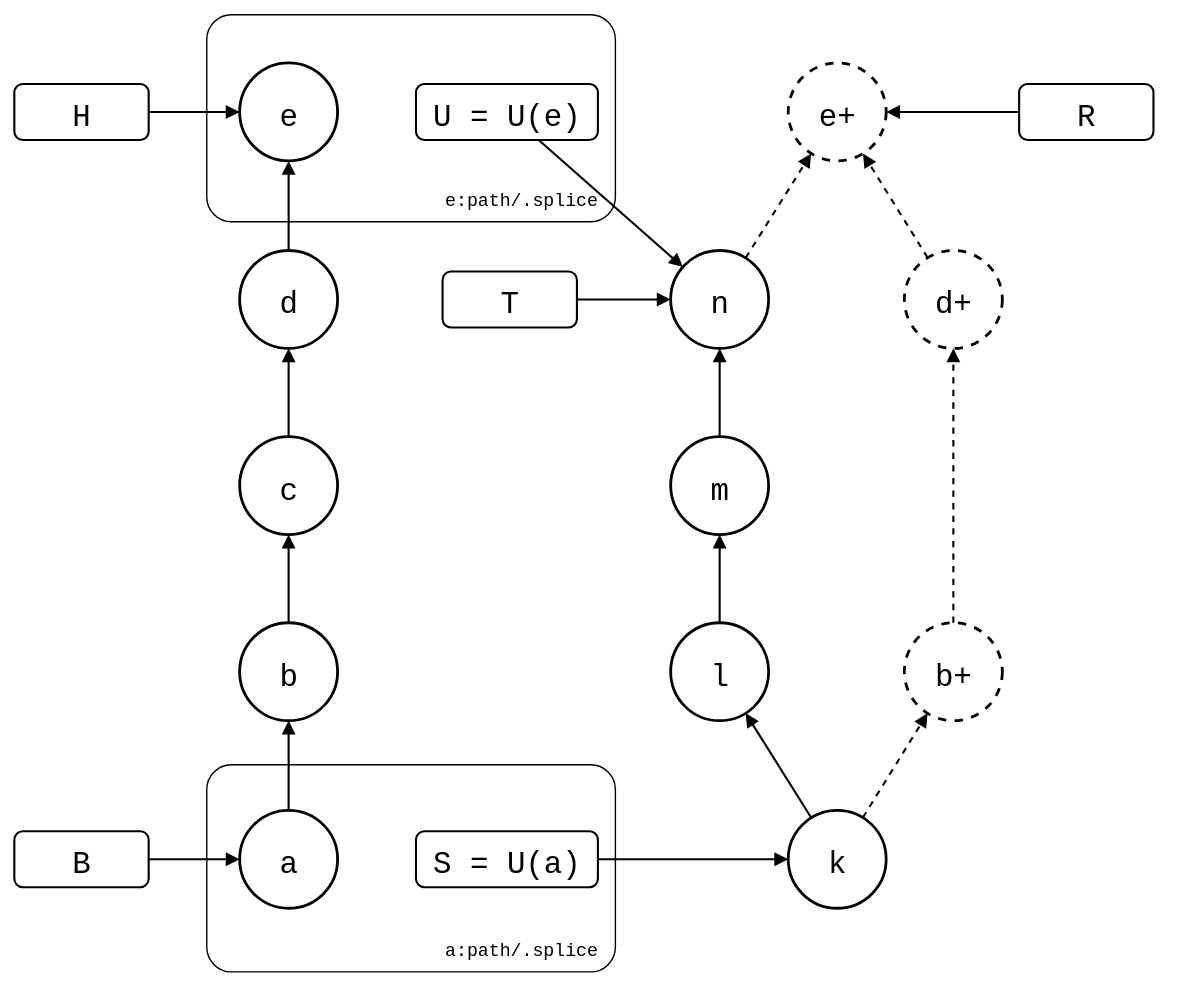
The draw.io diagram test/scenarios/sync-model/after-pull/after-pull.drawio.svg in roschaefer/git-splice, before a commit. Source tidied: cells renumbered, new cells last; positions are measured from the earlier drawing's top-left corner, leaving out a move shared by most shapes.
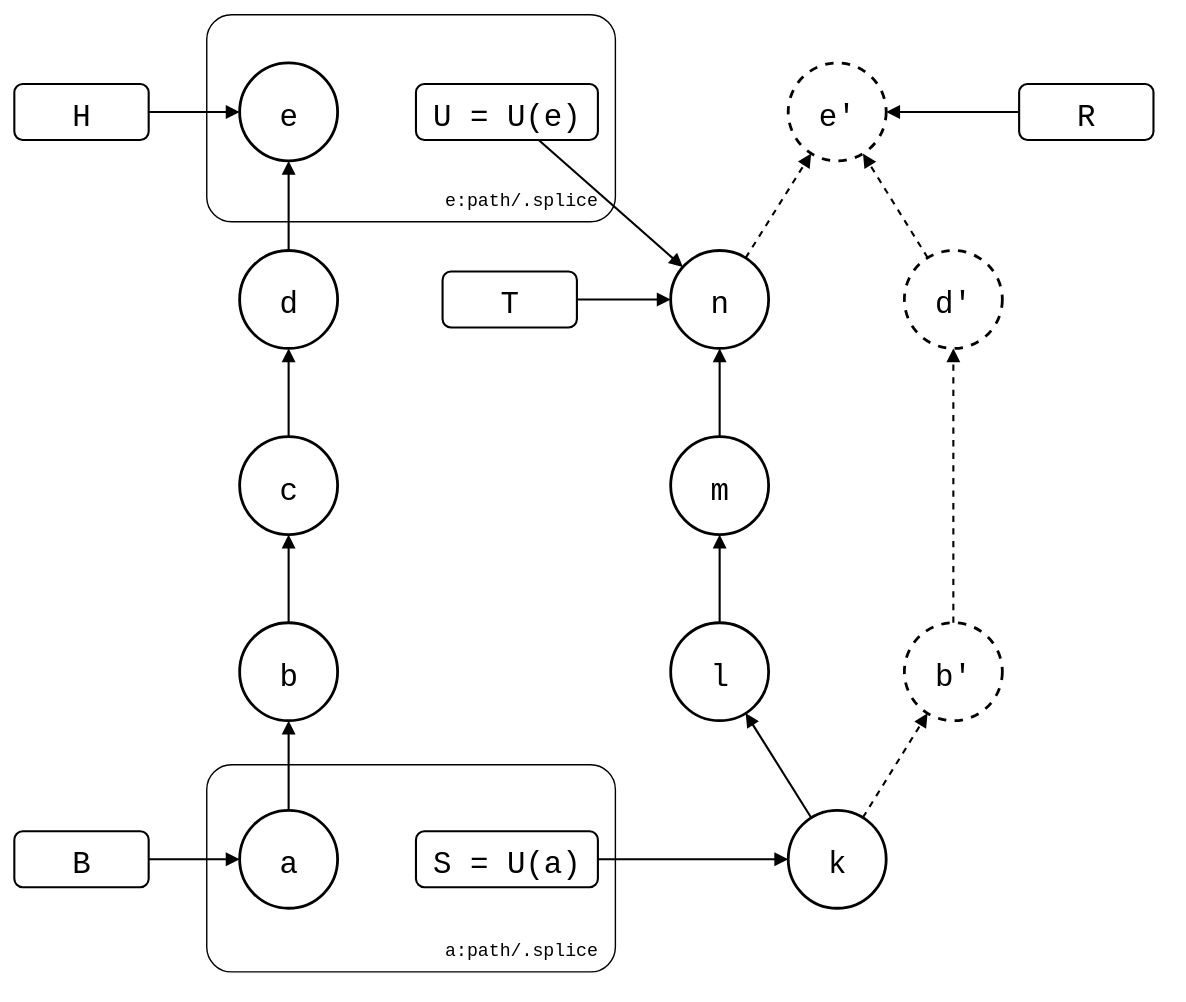
Above is the later version.

The edit, as a diff of the source:
```diff
@@ -35,13 +35,13 @@
     <mxCell id="12" value="n" style="ellipse;strokeWidth=2;fontSize=22;fontFamily=Roboto Mono,monospace;" parent="1" vertex="1">
       <mxGeometry x="469" y="169" width="70" height="70" as="geometry" />
     </mxCell>
-    <mxCell id="13" value="b+" style="ellipse;strokeWidth=2;fontSize=22;fontFamily=Roboto Mono,monospace;dashed=1;" parent="1" vertex="1">
+    <mxCell id="13" value="b'" style="ellipse;strokeWidth=2;fontSize=22;fontFamily=Roboto Mono,monospace;dashed=1;" parent="1" vertex="1">
       <mxGeometry x="636" y="435" width="70" height="70" as="geometry" />
     </mxCell>
-    <mxCell id="14" value="d+" style="ellipse;strokeWidth=2;fontSize=22;fontFamily=Roboto Mono,monospace;dashed=1;" parent="1" vertex="1">
+    <mxCell id="14" value="d'" style="ellipse;strokeWidth=2;fontSize=22;fontFamily=Roboto Mono,monospace;dashed=1;" parent="1" vertex="1">
       <mxGeometry x="636" y="169" width="70" height="70" as="geometry" />
     </mxCell>
-    <mxCell id="15" value="e+" style="ellipse;strokeWidth=2;fontSize=22;fontFamily=Roboto Mono,monospace;dashed=1;" parent="1" vertex="1">
+    <mxCell id="15" value="e'" style="ellipse;strokeWidth=2;fontSize=22;fontFamily=Roboto Mono,monospace;dashed=1;" parent="1" vertex="1">
       <mxGeometry x="553" y="35" width="70" height="70" as="geometry" />
     </mxCell>
     <mxCell id="16" value="H" style="rounded=1;strokeWidth=1.5;fontSize=22;fontFamily=Roboto Mono,monospace;" parent="1" vertex="1">
```
